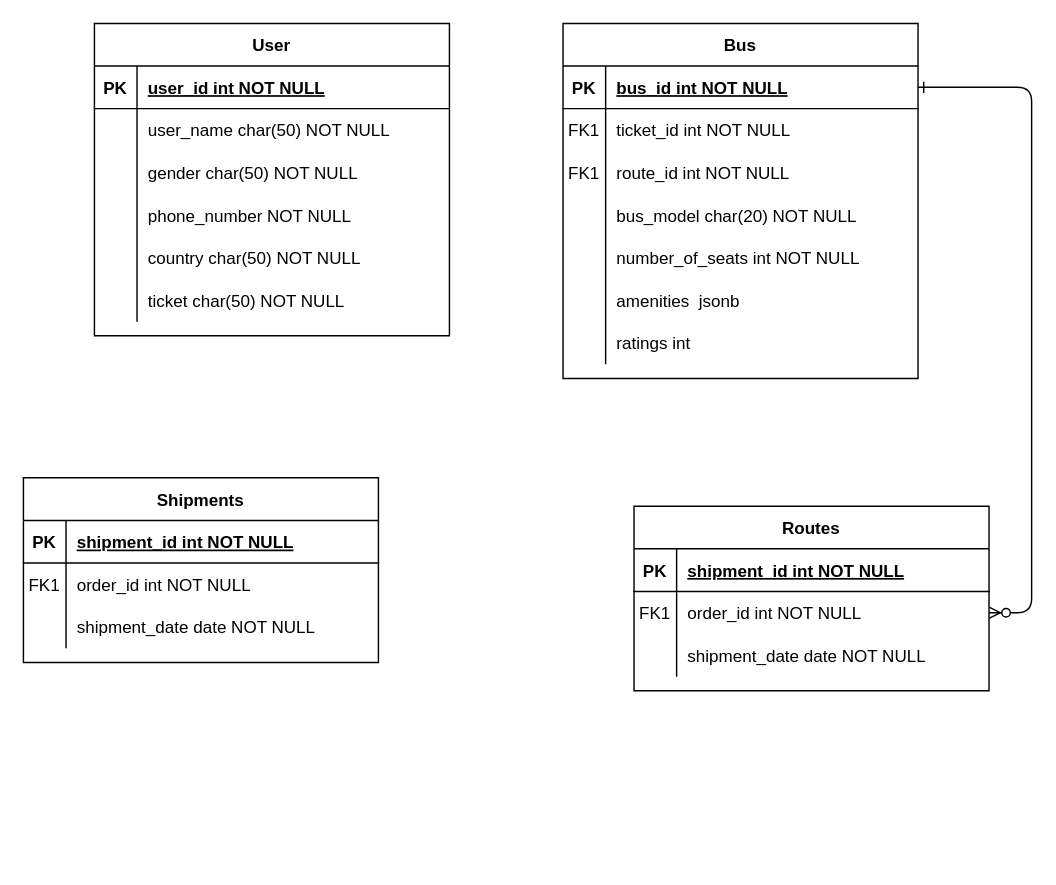
Before: Untitled Diagram.drawio in SimonGideon/CODSOFT, a draw.io diagram. Source tidied: cells renumbered, new cells numbered last; positions are measured from the earlier drawing's top-left corner, leaving out a move shared by most shapes. Both pictures are drawn from the tidied source at 142%, with x=0, y=0 at pixel (23, 23).
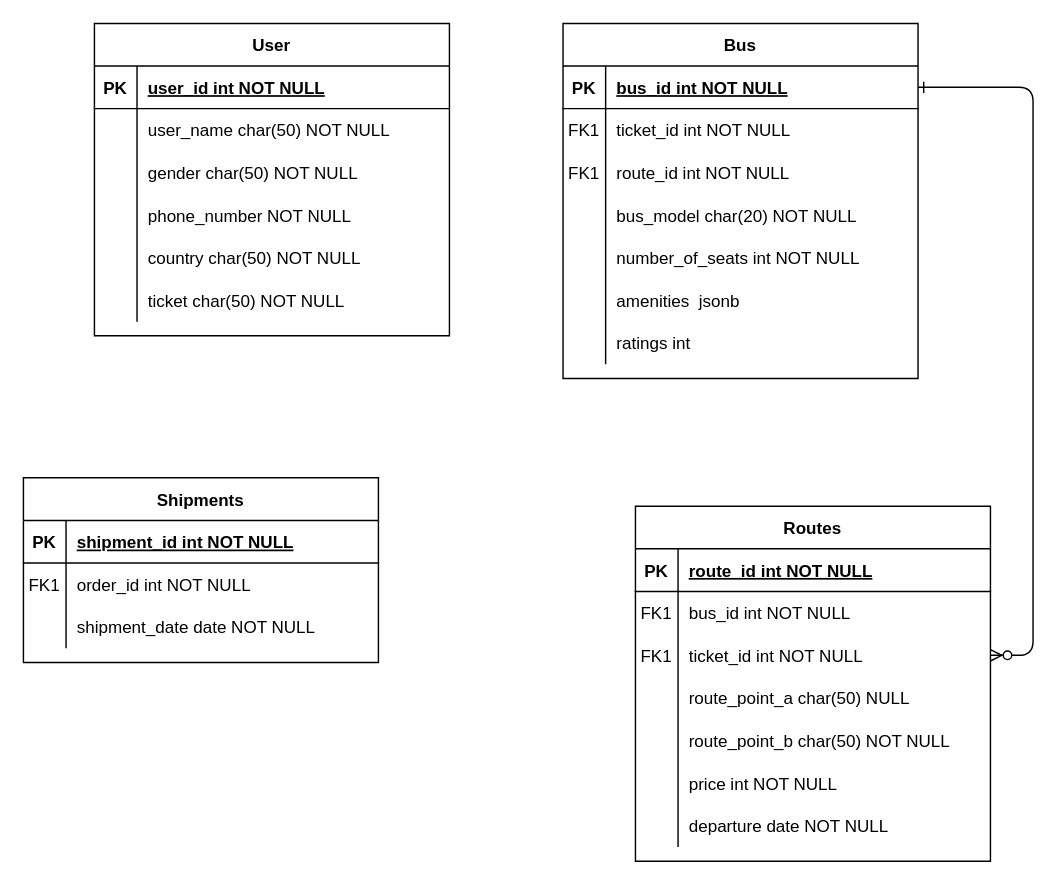
After the change.

Commit message:
Add ticket dataset

Unchanged cells that the change refers to:
```xml
<mxCell id="26" style="shape=partialRectangle;fillColor=none;top=0;left=0;right=0;bottom=1;" parent="25" vertex="1">
  <mxGeometry y="30" width="250" height="30" as="geometry" />
</mxCell>
```

What changed in the source:
```diff
@@
     <mxCell id="25" value="Routes" style="shape=table;startSize=30;childLayout=tableLayout;rowLines=0;fontStyle=1;align=center;" parent="1" vertex="1">
-      <mxGeometry x="430" y="340" width="250" height="130" as="geometry" />
+      <mxGeometry x="431" y="340" width="250" height="250" as="geometry" />
     </mxCell>
@@
-    <mxCell id="28" value="shipment_id int NOT NULL " style="shape=partialRectangle;overflow=hidden;fillColor=none;top=0;left=0;bottom=0;right=0;align=left;spacingLeft=6;fontStyle=5;" parent="26" vertex="1">
+    <mxCell id="28" value="route_id int NOT NULL " style="shape=partialRectangle;overflow=hidden;fillColor=none;top=0;left=0;bottom=0;right=0;align=left;spacingLeft=6;fontStyle=5;" parent="26" vertex="1">
       <mxGeometry x="30" width="220" height="30" as="geometry" />
     </mxCell>
+    <mxCell id="64" style="shape=partialRectangle;fillColor=none;top=0;left=0;right=0;bottom=0;" parent="25" vertex="1">
+      <mxGeometry y="60" width="250" height="30" as="geometry" />
+    </mxCell>
+    <mxCell id="65" value="FK1" style="shape=partialRectangle;overflow=hidden;fillColor=none;top=0;left=0;bottom=0;right=0;" parent="64" vertex="1">
+      <mxGeometry width="30" height="30" as="geometry" />
+    </mxCell>
+    <mxCell id="66" value="bus_id int NOT NULL" style="shape=partialRectangle;overflow=hidden;fillColor=none;top=0;left=0;bottom=0;right=0;align=left;spacingLeft=6;" parent="64" vertex="1">
+      <mxGeometry x="30" width="220" height="30" as="geometry" />
+    </mxCell>
     <mxCell id="29" style="shape=partialRectangle;fillColor=none;points=[[0,0.5],[1,0.5]];portConstraint=eastwest;top=0;left=0;right=0;bottom=0;" parent="25" vertex="1">
-      <mxGeometry y="60" width="250" height="30" as="geometry" />
+      <mxGeometry y="90" width="250" height="30" as="geometry" />
     </mxCell>
@@
-    <mxCell id="31" value="order_id int NOT NULL" style="shape=partialRectangle;overflow=hidden;fillColor=none;top=0;left=0;bottom=0;right=0;align=left;spacingLeft=6;" parent="29" vertex="1">
+    <mxCell id="31" value="ticket_id int NOT NULL" style="shape=partialRectangle;overflow=hidden;fillColor=none;top=0;left=0;bottom=0;right=0;align=left;spacingLeft=6;" parent="29" vertex="1">
       <mxGeometry x="30" width="220" height="30" as="geometry" />
     </mxCell>
     <mxCell id="32" style="shape=partialRectangle;fillColor=none;top=0;left=0;right=0;bottom=0;" parent="25" vertex="1">
-      <mxGeometry y="90" width="250" height="30" as="geometry" />
+      <mxGeometry y="120" width="250" height="30" as="geometry" />
     </mxCell>
@@
-    <mxCell id="34" value="shipment_date date NOT NULL" style="shape=partialRectangle;overflow=hidden;fillColor=none;top=0;left=0;bottom=0;right=0;align=left;spacingLeft=6;" parent="32" vertex="1">
+    <mxCell id="34" value="route_point_a char(50) NULL" style="shape=partialRectangle;overflow=hidden;fillColor=none;top=0;left=0;bottom=0;right=0;align=left;spacingLeft=6;" parent="32" vertex="1">
       <mxGeometry x="30" width="220" height="30" as="geometry" />
     </mxCell>
+    <mxCell id="67" style="shape=partialRectangle;fillColor=none;top=0;left=0;right=0;bottom=0;" parent="25" vertex="1">
+      <mxGeometry y="150" width="250" height="30" as="geometry" />
+    </mxCell>
+    <mxCell id="68" style="shape=partialRectangle;overflow=hidden;fillColor=none;top=0;left=0;bottom=0;right=0;" parent="67" vertex="1">
+      <mxGeometry width="30" height="30" as="geometry" />
+    </mxCell>
+    <mxCell id="69" value="route_point_b char(50) NOT NULL" style="shape=partialRectangle;overflow=hidden;fillColor=none;top=0;left=0;bottom=0;right=0;align=left;spacingLeft=6;" parent="67" vertex="1">
+      <mxGeometry x="30" width="220" height="30" as="geometry" />
+    </mxCell>
+    <mxCell id="70" style="shape=partialRectangle;fillColor=none;top=0;left=0;right=0;bottom=0;" parent="25" vertex="1">
+      <mxGeometry y="180" width="250" height="30" as="geometry" />
+    </mxCell>
+    <mxCell id="71" style="shape=partialRectangle;overflow=hidden;fillColor=none;top=0;left=0;bottom=0;right=0;" parent="70" vertex="1">
+      <mxGeometry width="30" height="30" as="geometry" />
+    </mxCell>
+    <mxCell id="72" value="price int NOT NULL" style="shape=partialRectangle;overflow=hidden;fillColor=none;top=0;left=0;bottom=0;right=0;align=left;spacingLeft=6;" parent="70" vertex="1">
+      <mxGeometry x="30" width="220" height="30" as="geometry" />
+    </mxCell>
+    <mxCell id="73" style="shape=partialRectangle;fillColor=none;top=0;left=0;right=0;bottom=0;" parent="25" vertex="1">
+      <mxGeometry y="210" width="250" height="30" as="geometry" />
+    </mxCell>
+    <mxCell id="74" style="shape=partialRectangle;overflow=hidden;fillColor=none;top=0;left=0;bottom=0;right=0;" parent="73" vertex="1">
+      <mxGeometry width="30" height="30" as="geometry" />
+    </mxCell>
+    <mxCell id="75" value="departure date NOT NULL" style="shape=partialRectangle;overflow=hidden;fillColor=none;top=0;left=0;bottom=0;right=0;align=left;spacingLeft=6;" parent="73" vertex="1">
+      <mxGeometry x="30" width="220" height="30" as="geometry" />
+    </mxCell>
```
